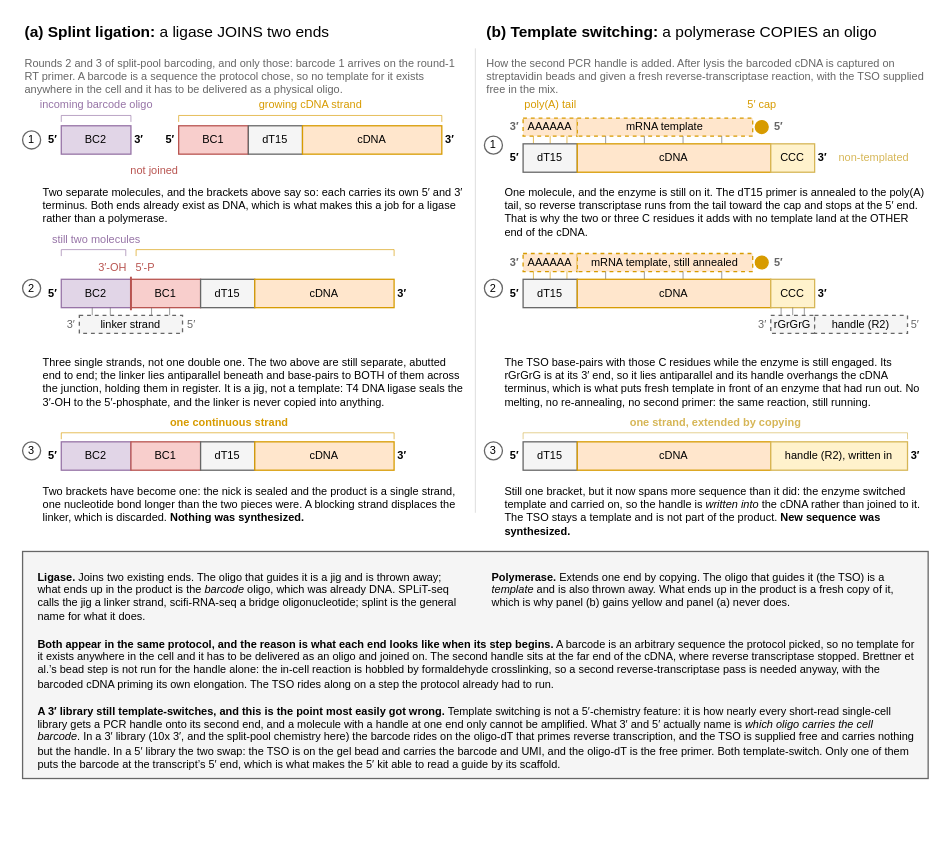
Before: notes/assets/drawio/splint-vs-template-switch.drawio in Mjvolk3/torchcell, a draw.io diagram. Source tidied: cells renumbered, new cells numbered last; positions are measured from the earlier drawing's top-left corner, leaving out a move shared by most shapes. Both pictures are drawn from the tidied source at 129%, with x=0, y=0 at pixel (22, 22).
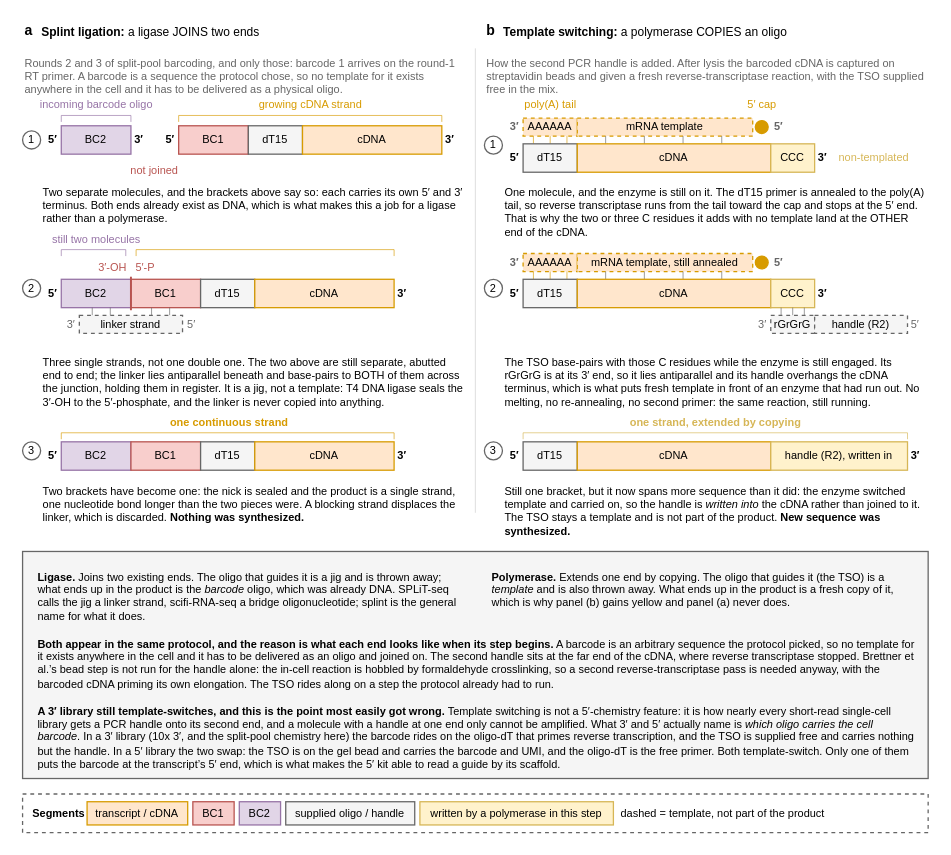
The same diagram, later.

What changed in the source:
```diff
@@
+    <mxCell id="127" value="a" style="text;html=1;whiteSpace=wrap;align=left;verticalAlign=middle;fontFamily=Arial;fontSize=10.9;fontStyle=1;" parent="1" vertex="1">
+      <mxGeometry width="10" height="12" as="geometry" />
+    </mxCell>
-    <mxCell id="2" value="&lt;b&gt;(a) Splint ligation:&lt;/b&gt; a ligase JOINS two ends" style="text;html=1;whiteSpace=wrap;align=left;verticalAlign=middle;fontFamily=Arial;fontSize=12;" parent="1" vertex="1">
-      <mxGeometry width="344" height="16" as="geometry" />
+    <mxCell id="2" value="&lt;b&gt;Splint ligation:&lt;/b&gt; a ligase JOINS two ends" style="text;html=1;whiteSpace=wrap;align=left;verticalAlign=middle;fontFamily=Arial;fontSize=9.3;" parent="1" vertex="1">
+      <mxGeometry x="13" width="331" height="16" as="geometry" />
     </mxCell>
+    <mxCell id="128" value="b" style="text;html=1;whiteSpace=wrap;align=left;verticalAlign=middle;fontFamily=Arial;fontSize=10.9;fontStyle=1;" parent="1" vertex="1">
+      <mxGeometry x="358" width="10" height="12" as="geometry" />
+    </mxCell>
-    <mxCell id="3" value="&lt;b&gt;(b) Template switching:&lt;/b&gt; a polymerase COPIES an oligo" style="text;html=1;whiteSpace=wrap;align=left;verticalAlign=middle;fontFamily=Arial;fontSize=12;" parent="1" vertex="1">
-      <mxGeometry x="358" width="344" height="16" as="geometry" />
+    <mxCell id="3" value="&lt;b&gt;Template switching:&lt;/b&gt; a polymerase COPIES an oligo" style="text;html=1;whiteSpace=wrap;align=left;verticalAlign=middle;fontFamily=Arial;fontSize=9.3;" parent="1" vertex="1">
+      <mxGeometry x="371" width="331" height="16" as="geometry" />
     </mxCell>
@@
+    <mxCell id="129" style="rounded=0;whiteSpace=wrap;html=1;fillColor=none;strokeColor=#666666;dashed=1;" parent="1" vertex="1">
+      <mxGeometry y="598" width="702" height="30" as="geometry" />
+    </mxCell>
+    <mxCell id="130" value="Segments" style="text;html=1;whiteSpace=wrap;align=left;verticalAlign=middle;fontFamily=Arial;fontSize=8.5;fontStyle=1;" parent="1" vertex="1">
+      <mxGeometry x="6" y="604" width="40" height="18" as="geometry" />
+    </mxCell>
+    <mxCell id="131" value="transcript / cDNA" style="rounded=0;whiteSpace=wrap;html=1;fillColor=#FFE6CC;strokeColor=#D79B00;fontFamily=Arial;fontSize=8.5;" parent="1" vertex="1">
+      <mxGeometry x="50" y="604" width="78" height="18" as="geometry" />
+    </mxCell>
+    <mxCell id="132" value="BC1" style="rounded=0;whiteSpace=wrap;html=1;fillColor=#F8CECC;strokeColor=#B85450;fontFamily=Arial;fontSize=8.5;" parent="1" vertex="1">
+      <mxGeometry x="132" y="604" width="32" height="18" as="geometry" />
+    </mxCell>
+    <mxCell id="133" value="BC2" style="rounded=0;whiteSpace=wrap;html=1;fillColor=#E1D5E7;strokeColor=#9673A6;fontFamily=Arial;fontSize=8.5;" parent="1" vertex="1">
+      <mxGeometry x="168" y="604" width="32" height="18" as="geometry" />
+    </mxCell>
+    <mxCell id="134" value="supplied oligo / handle" style="rounded=0;whiteSpace=wrap;html=1;fillColor=#F5F5F5;strokeColor=#666666;fontFamily=Arial;fontSize=8.5;" parent="1" vertex="1">
+      <mxGeometry x="204" y="604" width="100" height="18" as="geometry" />
+    </mxCell>
+    <mxCell id="135" value="written by a polymerase in this step" style="rounded=0;whiteSpace=wrap;html=1;fillColor=#FFF2CC;strokeColor=#D6B656;fontFamily=Arial;fontSize=8.5;" parent="1" vertex="1">
+      <mxGeometry x="308" y="604" width="150" height="18" as="geometry" />
+    </mxCell>
+    <mxCell id="136" value="dashed = template, not part of the product" style="text;html=1;whiteSpace=wrap;align=left;verticalAlign=middle;fontFamily=Arial;fontSize=8.5;" parent="1" vertex="1">
+      <mxGeometry x="462" y="604" width="175" height="18" as="geometry" />
+    </mxCell>
```
